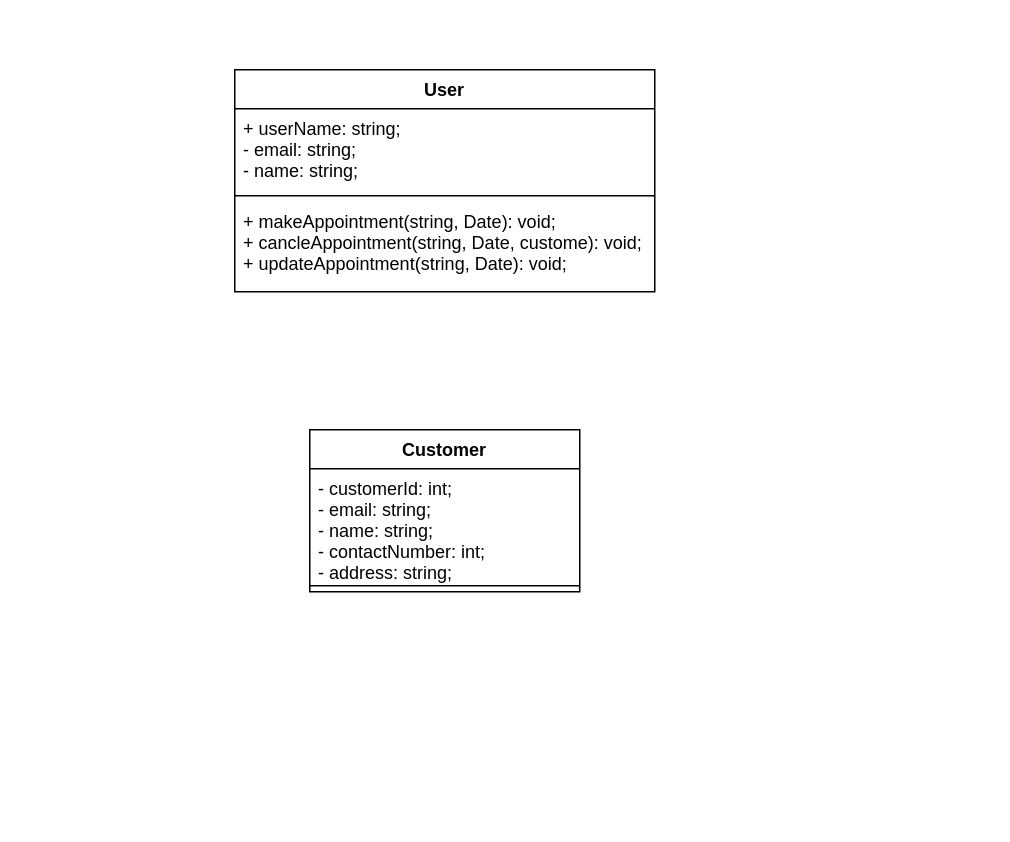
The draw.io diagram sysArchitecture.Drawio in ravi0the0sun/express-app, before the edit. Source tidied: cells renumbered, new cells numbered last; positions are measured from the earlier drawing's top-left corner, leaving out a move shared by most shapes. Both pictures are drawn from the tidied source at 150%, with x=0, y=0 at pixel (234, 69).
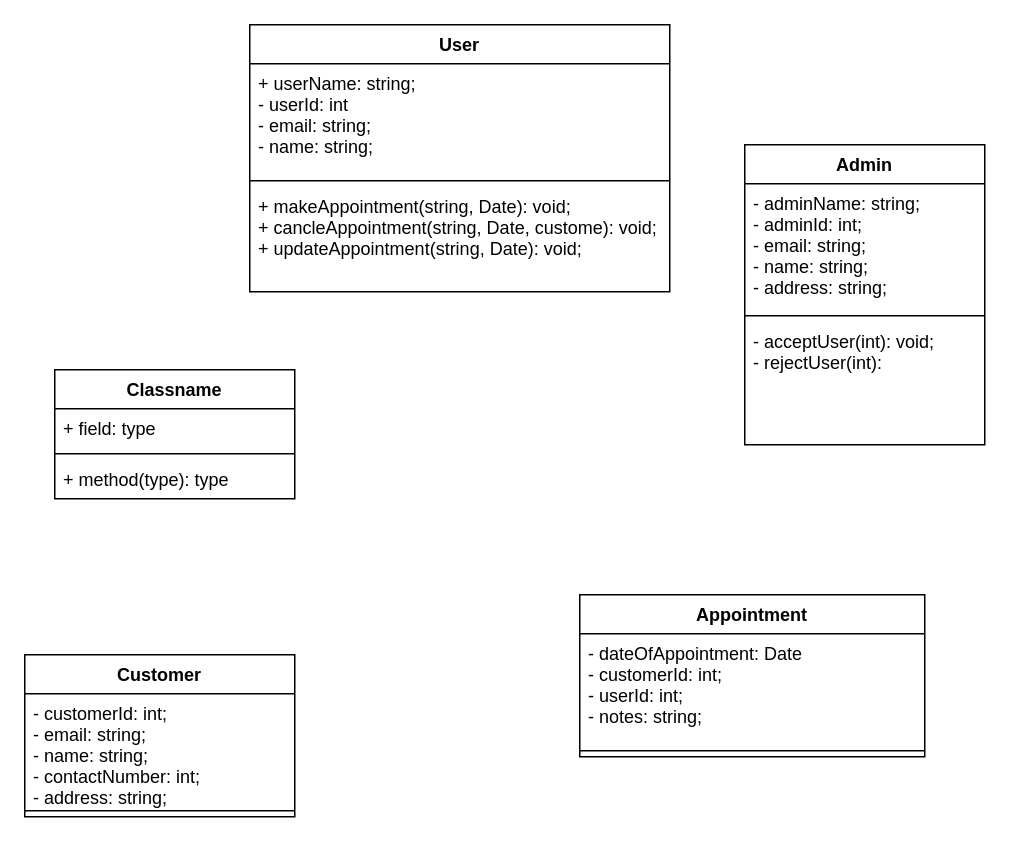
Above is the later version.

The edit, as a diff of the source:
```diff
@@
 <mxGraphModel>
   <root>
     <mxCell id="0" />
     <mxCell id="1" parent="0" />
+    <mxCell id="9" value="Classname" style="swimlane;fontStyle=1;align=center;verticalAlign=top;horizontal=1;startSize=26;" parent="1" vertex="1">
+      <mxGeometry x="-120" y="200" width="160" height="86" as="geometry" />
+    </mxCell>
+    <mxCell id="10" value="+ field: type" style="text;strokeColor=none;fillColor=none;align=left;verticalAlign=top;spacingLeft=4;spacingRight=4;overflow=hidden;" parent="9" vertex="1">
+      <mxGeometry y="26" width="160" height="26" as="geometry" />
+    </mxCell>
+    <mxCell id="11" style="line;strokeWidth=1;fillColor=none;align=left;verticalAlign=middle;spacingTop=-1;spacingLeft=3;spacingRight=3;labelPosition=right;" parent="9" vertex="1">
+      <mxGeometry y="52" width="160" height="8" as="geometry" />
+    </mxCell>
+    <mxCell id="12" value="+ method(type): type" style="text;strokeColor=none;fillColor=none;align=left;verticalAlign=top;spacingLeft=4;spacingRight=4;overflow=hidden;" parent="9" vertex="1">
+      <mxGeometry y="60" width="160" height="26" as="geometry" />
+    </mxCell>
+    <mxCell id="13" value="Admin" style="swimlane;fontStyle=1;align=center;verticalAlign=top;horizontal=1;startSize=26;" parent="1" vertex="1">
+      <mxGeometry x="340" y="50" width="160" height="200" as="geometry" />
+    </mxCell>
+    <mxCell id="14" value="- adminName: string;&#10;- adminId: int;&#10;- email: string;&#10;- name: string;&#10;- address: string;" style="text;strokeColor=none;fillColor=none;align=left;verticalAlign=top;spacingLeft=4;spacingRight=4;overflow=hidden;" parent="13" vertex="1">
+      <mxGeometry y="26" width="160" height="84" as="geometry" />
+    </mxCell>
+    <mxCell id="15" style="line;strokeWidth=1;fillColor=none;align=left;verticalAlign=middle;spacingTop=-1;spacingLeft=3;spacingRight=3;labelPosition=right;" parent="13" vertex="1">
+      <mxGeometry y="110" width="160" height="8" as="geometry" />
+    </mxCell>
+    <mxCell id="16" value="- acceptUser(int): void;&#10;- rejectUser(int): " style="text;strokeColor=none;fillColor=none;align=left;verticalAlign=top;spacingLeft=4;spacingRight=4;overflow=hidden;" parent="13" vertex="1">
+      <mxGeometry y="118" width="160" height="82" as="geometry" />
+    </mxCell>
     <mxCell id="2" value="User" style="swimlane;fontStyle=1;align=center;verticalAlign=top;horizontal=1;startSize=26;" parent="1" vertex="1">
-      <mxGeometry width="280" height="148" as="geometry" />
+      <mxGeometry x="10" y="-30" width="280" height="178" as="geometry" />
     </mxCell>
-    <mxCell id="3" value="+ userName: string; &#10;- email: string; &#10;- name: string;" style="text;strokeColor=none;fillColor=none;align=left;verticalAlign=top;spacingLeft=4;spacingRight=4;overflow=hidden;" parent="2" vertex="1">
-      <mxGeometry y="26" width="280" height="54" as="geometry" />
+    <mxCell id="3" value="+ userName: string;&#10;- userId: int &#10;- email: string; &#10;- name: string;" style="text;strokeColor=none;fillColor=none;align=left;verticalAlign=top;spacingLeft=4;spacingRight=4;overflow=hidden;" parent="2" vertex="1">
+      <mxGeometry y="26" width="280" height="74" as="geometry" />
     </mxCell>
     <mxCell id="4" style="line;strokeWidth=1;fillColor=none;align=left;verticalAlign=middle;spacingTop=-1;spacingLeft=3;spacingRight=3;labelPosition=right;" parent="2" vertex="1">
-      <mxGeometry y="80" width="280" height="8" as="geometry" />
+      <mxGeometry y="100" width="280" height="8" as="geometry" />
     </mxCell>
     <mxCell id="5" value="+ makeAppointment(string, Date): void;&#10;+ cancleAppointment(string, Date, custome): void;&#10;+ updateAppointment(string, Date): void;" style="text;strokeColor=none;fillColor=none;align=left;verticalAlign=top;spacingLeft=4;spacingRight=4;overflow=hidden;" parent="2" vertex="1">
-      <mxGeometry y="88" width="280" height="60" as="geometry" />
+      <mxGeometry y="108" width="280" height="70" as="geometry" />
     </mxCell>
     <mxCell id="6" value="Customer" style="swimlane;fontStyle=1;align=center;verticalAlign=top;horizontal=1;startSize=26;" parent="1" vertex="1">
-      <mxGeometry x="50" y="240" width="180" height="108" as="geometry" />
+      <mxGeometry x="-140" y="390" width="180" height="108" as="geometry" />
     </mxCell>
     <mxCell id="7" value="- customerId: int;&#10;- email: string;&#10;- name: string;&#10;- contactNumber: int;&#10;- address: string;" style="text;strokeColor=none;fillColor=none;align=left;verticalAlign=top;spacingLeft=4;spacingRight=4;overflow=hidden;" parent="6" vertex="1">
       <mxGeometry y="26" width="180" height="74" as="geometry" />
     </mxCell>
     <mxCell id="8" style="line;strokeWidth=1;fillColor=none;align=left;verticalAlign=middle;spacingTop=-1;spacingLeft=3;spacingRight=3;labelPosition=right;" parent="6" vertex="1">
       <mxGeometry y="100" width="180" height="8" as="geometry" />
     </mxCell>
+    <mxCell id="17" value="Appointment" style="swimlane;fontStyle=1;align=center;verticalAlign=top;horizontal=1;startSize=26;" parent="1" vertex="1">
+      <mxGeometry x="230" y="350" width="230" height="108" as="geometry" />
+    </mxCell>
+    <mxCell id="18" value="- dateOfAppointment: Date&#10;- customerId: int;&#10;- userId: int;&#10;- notes: string;" style="text;strokeColor=none;fillColor=none;align=left;verticalAlign=top;spacingLeft=4;spacingRight=4;overflow=hidden;" parent="17" vertex="1">
+      <mxGeometry y="26" width="230" height="74" as="geometry" />
+    </mxCell>
+    <mxCell id="19" style="line;strokeWidth=1;fillColor=none;align=left;verticalAlign=middle;spacingTop=-1;spacingLeft=3;spacingRight=3;labelPosition=right;" parent="17" vertex="1">
+      <mxGeometry y="100" width="230" height="8" as="geometry" />
+    </mxCell>
   </root>
 </mxGraphModel>
```
